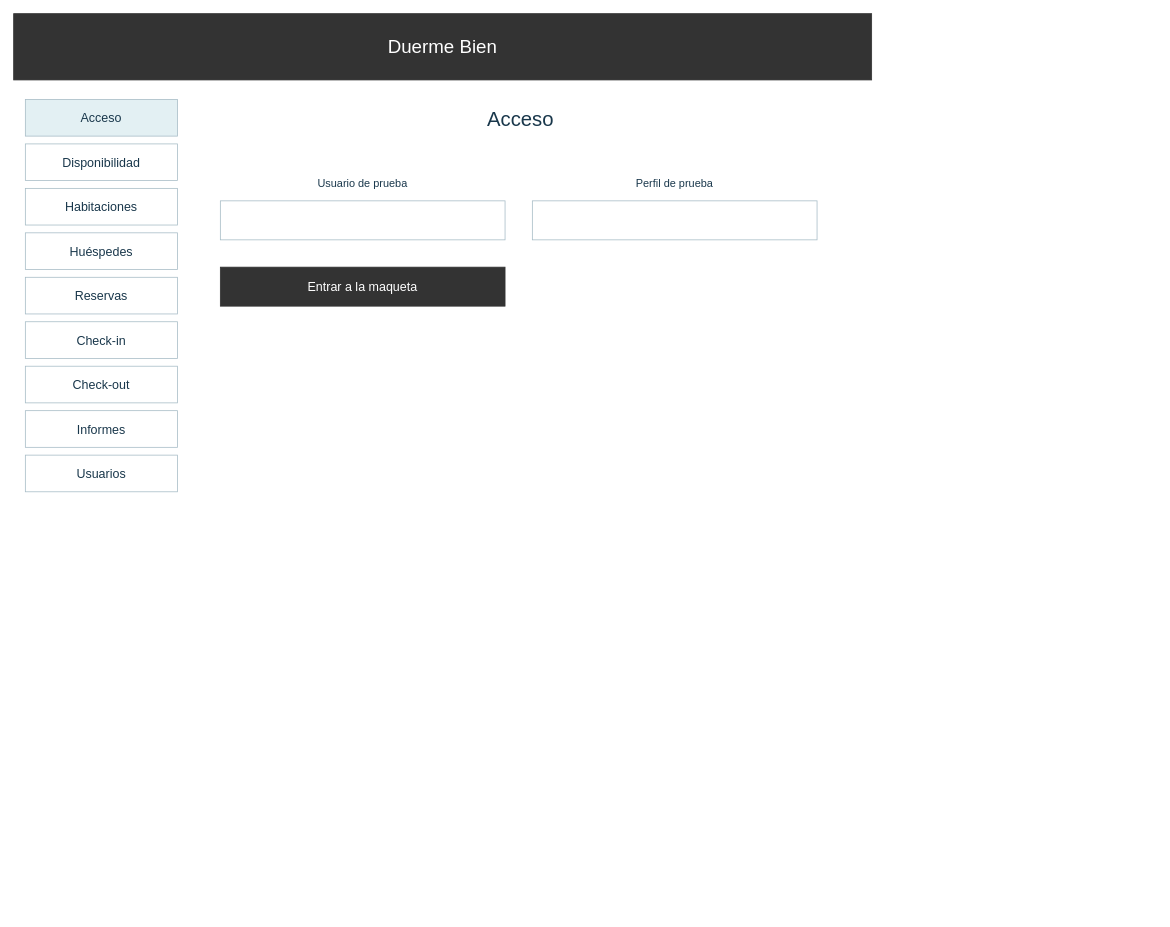
Above: page "Wireframe · Acceso" (2 of 19) of diagramas-editables/interfaces.drawio in Yutre3/hotel-duerme-bien (draw.io), before the change. Source tidied: cells renumbered, new cells numbered last; positions are measured from the earlier drawing's top-left corner, leaving out a move shared by most shapes. Both pictures are drawn from the tidied source at 78%, with x=0, y=0 at pixel (13, 13).
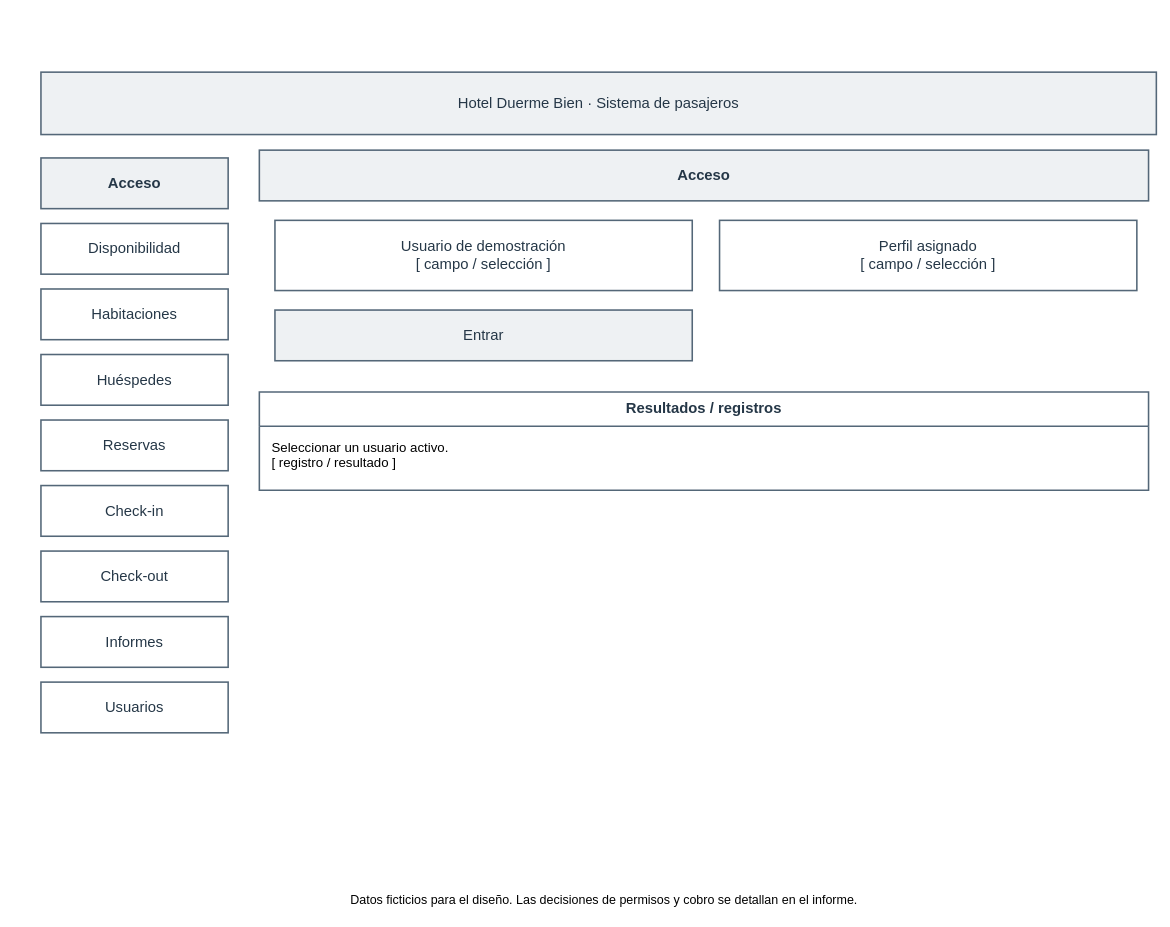
The same page after the edit.

What changed in the source:
```diff
@@
 <mxGraphModel>
   <root>
     <mxCell id="0" />
     <mxCell id="1" parent="0" />
-    <mxCell id="2" value="Duerme Bien" style="html=0;whiteSpace=wrap;rounded=0;fillColor=#333333;fontColor=#ffffff;strokeColor=#333333;fontSize=24;" parent="1" vertex="1">
-      <mxGeometry width="1100" height="85" as="geometry" />
-    </mxCell>
-    <mxCell id="3" value="Acceso" style="html=0;whiteSpace=wrap;rounded=0;fillColor=#e3f0f3;fontColor=#19374b;strokeColor=#a7bcc6;fontSize=16;" parent="1" vertex="1">
-      <mxGeometry x="15" y="110" width="195" height="47" as="geometry" />
-    </mxCell>
+    <mxCell id="18" value="Hotel Duerme Bien · Sistema de pasajeros" style="rounded=0;html=0;whiteSpace=wrap;strokeColor=#546778;strokeWidth=2;fillColor=#eef1f3;fontColor=#253747;fontSize=19;" parent="1" vertex="1">
+      <mxGeometry x="35" y="75" width="1430" height="80" as="geometry" />
+    </mxCell>
+    <mxCell id="19" value="Acceso" style="rounded=0;html=0;whiteSpace=wrap;strokeColor=#546778;strokeWidth=2;fillColor=#eef1f3;fontColor=#253747;fontSize=19;fontStyle=1;" parent="1" vertex="1">
+      <mxGeometry x="35" y="185" width="240" height="65" as="geometry" />
+    </mxCell>
-    <mxCell id="4" value="Disponibilidad" style="html=0;whiteSpace=wrap;rounded=0;fillColor=#ffffff;fontColor=#19374b;strokeColor=#a7bcc6;fontSize=16;" parent="1" vertex="1">
-      <mxGeometry x="15" y="167" width="195" height="47" as="geometry" />
+    <mxCell id="4" value="Disponibilidad" style="rounded=0;html=0;whiteSpace=wrap;strokeColor=#546778;strokeWidth=2;fillColor=#ffffff;fontColor=#253747;fontSize=19;" parent="1" vertex="1">
+      <mxGeometry x="35" y="269" width="240" height="65" as="geometry" />
     </mxCell>
-    <mxCell id="5" value="Habitaciones" style="html=0;whiteSpace=wrap;rounded=0;fillColor=#ffffff;fontColor=#19374b;strokeColor=#a7bcc6;fontSize=16;" parent="1" vertex="1">
-      <mxGeometry x="15" y="224" width="195" height="47" as="geometry" />
+    <mxCell id="5" value="Habitaciones" style="rounded=0;html=0;whiteSpace=wrap;strokeColor=#546778;strokeWidth=2;fillColor=#ffffff;fontColor=#253747;fontSize=19;" parent="1" vertex="1">
+      <mxGeometry x="35" y="353" width="240" height="65" as="geometry" />
     </mxCell>
-    <mxCell id="6" value="Huéspedes" style="html=0;whiteSpace=wrap;rounded=0;fillColor=#ffffff;fontColor=#19374b;strokeColor=#a7bcc6;fontSize=16;" parent="1" vertex="1">
-      <mxGeometry x="15" y="281" width="195" height="47" as="geometry" />
+    <mxCell id="6" value="Huéspedes" style="rounded=0;html=0;whiteSpace=wrap;strokeColor=#546778;strokeWidth=2;fillColor=#ffffff;fontColor=#253747;fontSize=19;" parent="1" vertex="1">
+      <mxGeometry x="35" y="437" width="240" height="65" as="geometry" />
     </mxCell>
-    <mxCell id="7" value="Reservas" style="html=0;whiteSpace=wrap;rounded=0;fillColor=#ffffff;fontColor=#19374b;strokeColor=#a7bcc6;fontSize=16;" parent="1" vertex="1">
-      <mxGeometry x="15" y="338" width="195" height="47" as="geometry" />
+    <mxCell id="7" value="Reservas" style="rounded=0;html=0;whiteSpace=wrap;strokeColor=#546778;strokeWidth=2;fillColor=#ffffff;fontColor=#253747;fontSize=19;" parent="1" vertex="1">
+      <mxGeometry x="35" y="521" width="240" height="65" as="geometry" />
     </mxCell>
-    <mxCell id="8" value="Check-in" style="html=0;whiteSpace=wrap;rounded=0;fillColor=#ffffff;fontColor=#19374b;strokeColor=#a7bcc6;fontSize=16;" parent="1" vertex="1">
-      <mxGeometry x="15" y="395" width="195" height="47" as="geometry" />
+    <mxCell id="8" value="Check-in" style="rounded=0;html=0;whiteSpace=wrap;strokeColor=#546778;strokeWidth=2;fillColor=#ffffff;fontColor=#253747;fontSize=19;" parent="1" vertex="1">
+      <mxGeometry x="35" y="605" width="240" height="65" as="geometry" />
     </mxCell>
-    <mxCell id="9" value="Check-out" style="html=0;whiteSpace=wrap;rounded=0;fillColor=#ffffff;fontColor=#19374b;strokeColor=#a7bcc6;fontSize=16;" parent="1" vertex="1">
-      <mxGeometry x="15" y="452" width="195" height="47" as="geometry" />
+    <mxCell id="9" value="Check-out" style="rounded=0;html=0;whiteSpace=wrap;strokeColor=#546778;strokeWidth=2;fillColor=#ffffff;fontColor=#253747;fontSize=19;" parent="1" vertex="1">
+      <mxGeometry x="35" y="689" width="240" height="65" as="geometry" />
     </mxCell>
-    <mxCell id="10" value="Informes" style="html=0;whiteSpace=wrap;rounded=0;fillColor=#ffffff;fontColor=#19374b;strokeColor=#a7bcc6;fontSize=16;" parent="1" vertex="1">
-      <mxGeometry x="15" y="509" width="195" height="47" as="geometry" />
+    <mxCell id="10" value="Informes" style="rounded=0;html=0;whiteSpace=wrap;strokeColor=#546778;strokeWidth=2;fillColor=#ffffff;fontColor=#253747;fontSize=19;" parent="1" vertex="1">
+      <mxGeometry x="35" y="773" width="240" height="65" as="geometry" />
     </mxCell>
-    <mxCell id="11" value="Usuarios" style="html=0;whiteSpace=wrap;rounded=0;fillColor=#ffffff;fontColor=#19374b;strokeColor=#a7bcc6;fontSize=16;" parent="1" vertex="1">
-      <mxGeometry x="15" y="566" width="195" height="47" as="geometry" />
+    <mxCell id="11" value="Usuarios" style="rounded=0;html=0;whiteSpace=wrap;strokeColor=#546778;strokeWidth=2;fillColor=#ffffff;fontColor=#253747;fontSize=19;" parent="1" vertex="1">
+      <mxGeometry x="35" y="857" width="240" height="65" as="geometry" />
     </mxCell>
-    <mxCell id="12" value="Acceso" style="html=0;whiteSpace=wrap;rounded=0;fillColor=#ffffff;fontColor=#19374b;strokeColor=#ffffff;fontSize=26;" parent="1" vertex="1">
-      <mxGeometry x="250" y="110" width="800" height="50" as="geometry" />
-    </mxCell>
-    <mxCell id="13" value="Usuario de prueba" style="html=0;whiteSpace=wrap;rounded=0;fillColor=#ffffff;fontColor=#19374b;strokeColor=#ffffff;fontSize=14;" parent="1" vertex="1">
-      <mxGeometry x="265" y="200" width="365" height="35" as="geometry" />
-    </mxCell>
-    <mxCell id="14" style="html=0;whiteSpace=wrap;rounded=0;fillColor=#ffffff;fontColor=#19374b;strokeColor=#a7bcc6;fontSize=16;" parent="1" vertex="1">
-      <mxGeometry x="265" y="240" width="365" height="50" as="geometry" />
-    </mxCell>
-    <mxCell id="15" value="Perfil de prueba" style="html=0;whiteSpace=wrap;rounded=0;fillColor=#ffffff;fontColor=#19374b;strokeColor=#ffffff;fontSize=14;" parent="1" vertex="1">
-      <mxGeometry x="665" y="200" width="365" height="35" as="geometry" />
-    </mxCell>
-    <mxCell id="16" style="html=0;whiteSpace=wrap;rounded=0;fillColor=#ffffff;fontColor=#19374b;strokeColor=#a7bcc6;fontSize=16;" parent="1" vertex="1">
-      <mxGeometry x="665" y="240" width="365" height="50" as="geometry" />
-    </mxCell>
-    <mxCell id="17" value="Entrar a la maqueta" style="html=0;whiteSpace=wrap;rounded=0;fillColor=#333333;fontColor=#ffffff;strokeColor=#333333;fontSize=16;" parent="1" vertex="1">
-      <mxGeometry x="265" y="325" width="365" height="50" as="geometry" />
-    </mxCell>
+    <mxCell id="20" value="Acceso" style="rounded=0;html=0;whiteSpace=wrap;strokeColor=#546778;strokeWidth=2;fillColor=#eef1f3;fontColor=#253747;fontSize=19;fontStyle=1;" parent="1" vertex="1">
+      <mxGeometry x="315" y="175" width="1140" height="65" as="geometry" />
+    </mxCell>
+    <mxCell id="21" value="Usuario de demostración&#10;[ campo / selección ]" style="rounded=0;html=0;whiteSpace=wrap;strokeColor=#546778;strokeWidth=2;fillColor=#ffffff;fontColor=#253747;fontSize=19;" parent="1" vertex="1">
+      <mxGeometry x="335" y="265" width="535" height="90" as="geometry" />
+    </mxCell>
+    <mxCell id="22" value="Perfil asignado&#10;[ campo / selección ]" style="rounded=0;html=0;whiteSpace=wrap;strokeColor=#546778;strokeWidth=2;fillColor=#ffffff;fontColor=#253747;fontSize=19;" parent="1" vertex="1">
+      <mxGeometry x="905" y="265" width="535" height="90" as="geometry" />
+    </mxCell>
+    <mxCell id="23" value="Entrar" style="rounded=0;html=0;whiteSpace=wrap;strokeColor=#546778;strokeWidth=2;fillColor=#eef1f3;fontColor=#253747;fontSize=19;" parent="1" vertex="1">
+      <mxGeometry x="335" y="380" width="535" height="65" as="geometry" />
+    </mxCell>
+    <mxCell id="24" value="Resultados / registros" style="shape=swimlane;startSize=44;horizontal=1;html=0;whiteSpace=wrap;strokeColor=#546778;strokeWidth=2;fillColor=#ffffff;fontColor=#253747;fontSize=19;fontStyle=1;" parent="1" vertex="1">
+      <mxGeometry x="315" y="485" width="1140" height="126" as="geometry" />
+    </mxCell>
+    <mxCell id="25" value="Seleccionar un usuario activo.&#10;[ registro / resultado ]" style="text;html=0;strokeColor=none;fillColor=none;align=left;verticalAlign=top;spacingLeft=14;fontSize=17;" parent="24" vertex="1">
+      <mxGeometry y="54" width="1140" height="56" as="geometry" />
+    </mxCell>
+    <mxCell id="26" value="Datos ficticios para el diseño. Las decisiones de permisos y cobro se detallan en el informe." style="text;html=0;strokeColor=none;fillColor=none;fontSize=16;" parent="1" vertex="1">
+      <mxGeometry x="430" y="1120" width="900" height="35" as="geometry" />
+    </mxCell>
   </root>
 </mxGraphModel>
```
